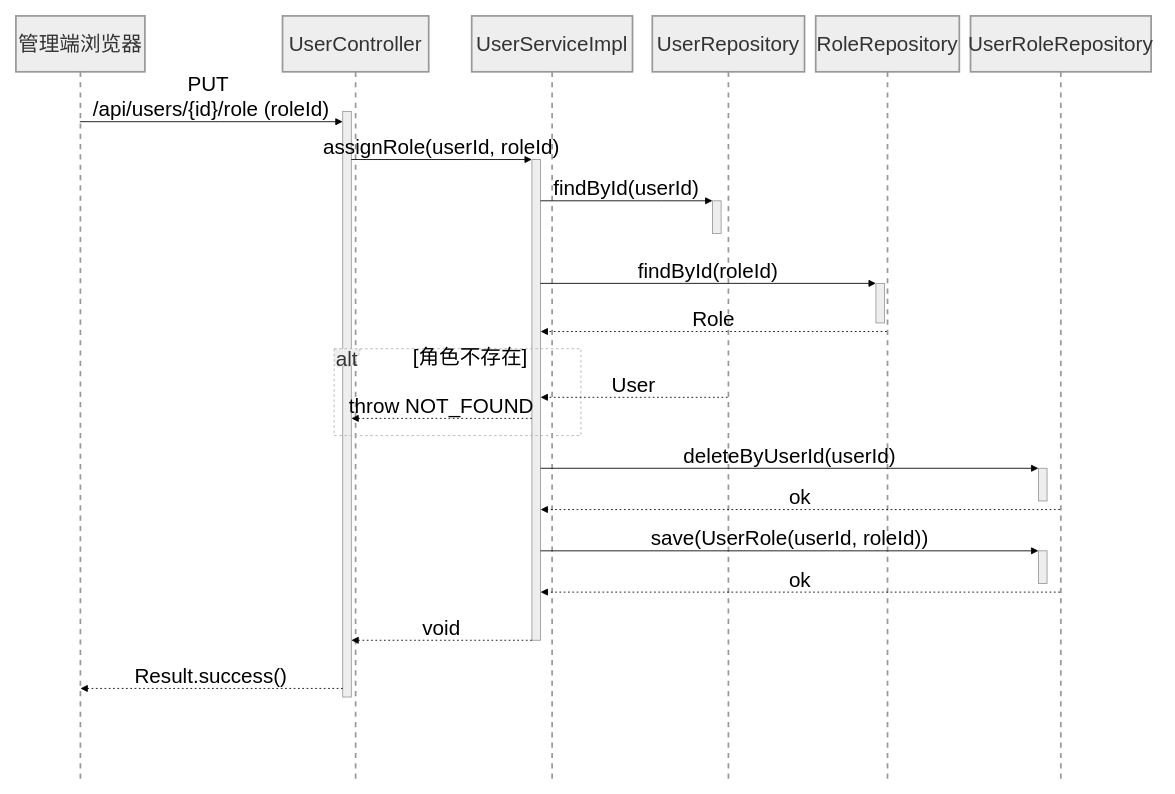
Earlier version of the draw.io diagram page "用户角色分配时序图" (21 of 33) of 题库E-R.drawio (ChenLiheng/question-project). Source tidied: cells renumbered, new cells numbered last; positions are measured from the earlier drawing's top-left corner, leaving out a move shared by most shapes. Both pictures are drawn from the tidied source at 86%, with x=0, y=0 at pixel (15, 15).
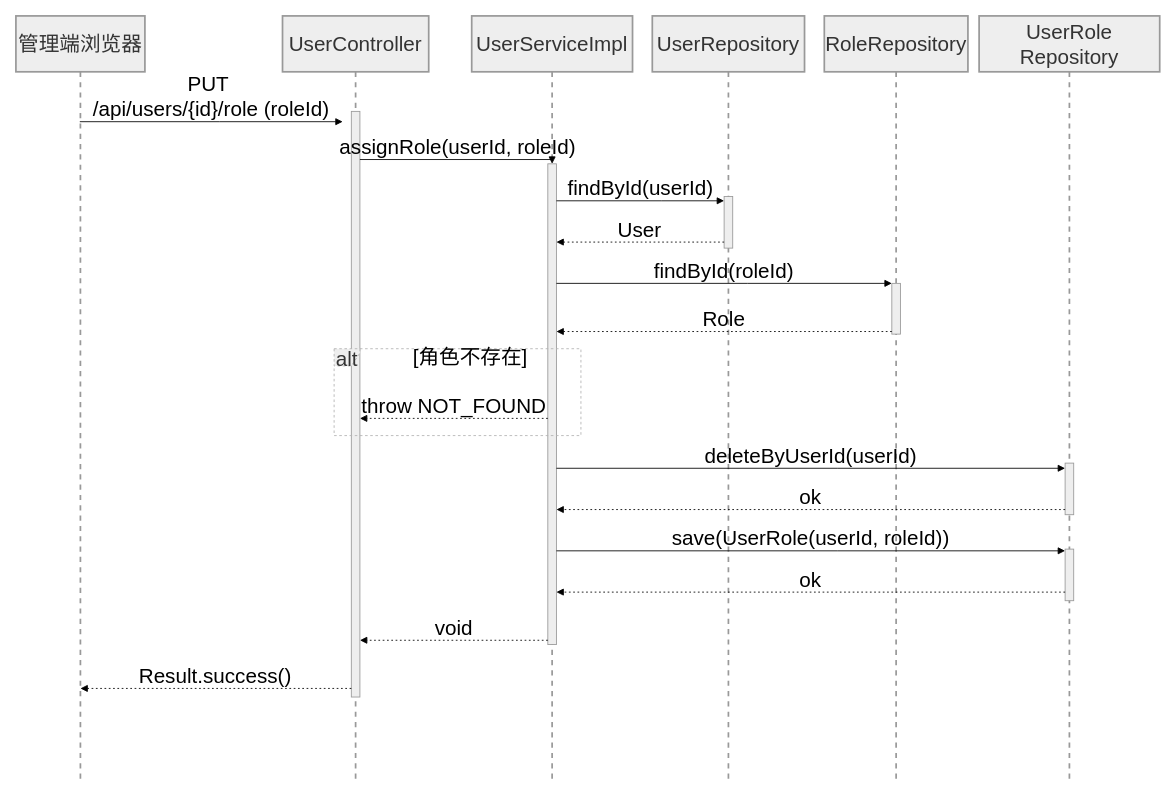
The same diagram, later.

What changed in the source:
```diff
@@
+    <mxCell id="29" style="group;" parent="1" vertex="1">
+      <mxGeometry width="1330" height="887" as="geometry" />
+    </mxCell>
-    <mxCell id="2" value="管理端浏览器" style="shape=umlLifeline;perimeter=lifelinePerimeter;whiteSpace=wrap;outlineConnect=0;portConstraint=eastwest;newEdgeStyle={&quot;edgeStyle&quot;:&quot;elbowEdgeStyle&quot;,&quot;elbow&quot;:&quot;vertical&quot;,&quot;curved&quot;:0,&quot;rounded&quot;:0};size=65;fillColor=light-dark(#eeeeee,#1f2020);strokeColor=light-dark(#999999,#cccccc);fontColor=light-dark(#333333,#cccccc);fontSize=24;strokeWidth=2;labelBackgroundColor=none;spacing=3;" parent="1" vertex="1">
+    <mxCell id="2" value="管理端浏览器" style="shape=umlLifeline;perimeter=lifelinePerimeter;whiteSpace=wrap;outlineConnect=0;portConstraint=eastwest;newEdgeStyle={&quot;edgeStyle&quot;:&quot;elbowEdgeStyle&quot;,&quot;elbow&quot;:&quot;vertical&quot;,&quot;curved&quot;:0,&quot;rounded&quot;:0};size=65;fillColor=light-dark(#eeeeee,#1f2020);strokeColor=light-dark(#999999,#cccccc);fontColor=light-dark(#333333,#cccccc);fontSize=24;strokeWidth=2;labelBackgroundColor=none;spacing=3;" parent="29" vertex="1">
       <mxGeometry width="150" height="887" as="geometry" />
     </mxCell>
-    <mxCell id="3" value="UserController" style="shape=umlLifeline;perimeter=lifelinePerimeter;whiteSpace=wrap;newEdgeStyle={&quot;edgeStyle&quot;:&quot;elbowEdgeStyle&quot;,&quot;elbow&quot;:&quot;vertical&quot;,&quot;curved&quot;:0,&quot;rounded&quot;:0};size=65;fillColor=light-dark(#eeeeee,#1f2020);strokeColor=light-dark(#999999,#cccccc);fontColor=light-dark(#333333,#cccccc);fontSize=24;strokeWidth=2;labelBackgroundColor=none;spacing=3;" parent="1" vertex="1">
+    <mxCell id="3" value="UserController" style="shape=umlLifeline;perimeter=lifelinePerimeter;whiteSpace=wrap;newEdgeStyle={&quot;edgeStyle&quot;:&quot;elbowEdgeStyle&quot;,&quot;elbow&quot;:&quot;vertical&quot;,&quot;curved&quot;:0,&quot;rounded&quot;:0};size=65;fillColor=light-dark(#eeeeee,#1f2020);strokeColor=light-dark(#999999,#cccccc);fontColor=light-dark(#333333,#cccccc);fontSize=24;strokeWidth=2;labelBackgroundColor=none;spacing=3;" parent="29" vertex="1">
       <mxGeometry x="310" width="170" height="887" as="geometry" />
     </mxCell>
     <mxCell id="4" style="points=[];perimeter=orthogonalPerimeter;outlineConnect=0;targetShapes=umlLifeline;portConstraint=eastwest;newEdgeStyle={&quot;edgeStyle&quot;:&quot;elbowEdgeStyle&quot;,&quot;elbow&quot;:&quot;vertical&quot;,&quot;curved&quot;:0,&quot;rounded&quot;:0};fillColor=light-dark(#eeeeee,#1f2020);strokeColor=light-dark(#999999,#cccccc);fontColor=light-dark(#333333,#cccccc);fontSize=24;labelBackgroundColor=none;spacing=3;" parent="3" vertex="1">
-      <mxGeometry x="70" y="111" width="10" height="681" as="geometry" />
+      <mxGeometry x="80" y="111" width="10" height="681" as="geometry" />
     </mxCell>
-    <mxCell id="5" value="UserServiceImpl" style="shape=umlLifeline;perimeter=lifelinePerimeter;whiteSpace=wrap;newEdgeStyle={&quot;edgeStyle&quot;:&quot;elbowEdgeStyle&quot;,&quot;elbow&quot;:&quot;vertical&quot;,&quot;curved&quot;:0,&quot;rounded&quot;:0};size=65;fillColor=light-dark(#eeeeee,#1f2020);strokeColor=light-dark(#999999,#cccccc);fontColor=light-dark(#333333,#cccccc);fontSize=24;strokeWidth=2;labelBackgroundColor=none;spacing=3;" parent="1" vertex="1">
+    <mxCell id="5" value="UserServiceImpl" style="shape=umlLifeline;perimeter=lifelinePerimeter;whiteSpace=wrap;newEdgeStyle={&quot;edgeStyle&quot;:&quot;elbowEdgeStyle&quot;,&quot;elbow&quot;:&quot;vertical&quot;,&quot;curved&quot;:0,&quot;rounded&quot;:0};size=65;fillColor=light-dark(#eeeeee,#1f2020);strokeColor=light-dark(#999999,#cccccc);fontColor=light-dark(#333333,#cccccc);fontSize=24;strokeWidth=2;labelBackgroundColor=none;spacing=3;" parent="29" vertex="1">
       <mxGeometry x="530" width="187" height="887" as="geometry" />
     </mxCell>
     <mxCell id="6" style="points=[];perimeter=orthogonalPerimeter;outlineConnect=0;targetShapes=umlLifeline;portConstraint=eastwest;newEdgeStyle={&quot;edgeStyle&quot;:&quot;elbowEdgeStyle&quot;,&quot;elbow&quot;:&quot;vertical&quot;,&quot;curved&quot;:0,&quot;rounded&quot;:0};fillColor=light-dark(#eeeeee,#1f2020);strokeColor=light-dark(#999999,#cccccc);fontColor=light-dark(#333333,#cccccc);fontSize=24;labelBackgroundColor=none;spacing=3;" parent="5" vertex="1">
-      <mxGeometry x="70" y="167" width="10" height="559" as="geometry" />
+      <mxGeometry x="88.5" y="172" width="10" height="559" as="geometry" />
     </mxCell>
-    <mxCell id="7" value="UserRepository" style="shape=umlLifeline;perimeter=lifelinePerimeter;whiteSpace=wrap;outlineConnect=0;portConstraint=eastwest;newEdgeStyle={&quot;edgeStyle&quot;:&quot;elbowEdgeStyle&quot;,&quot;elbow&quot;:&quot;vertical&quot;,&quot;curved&quot;:0,&quot;rounded&quot;:0};size=65;fillColor=light-dark(#eeeeee,#1f2020);strokeColor=light-dark(#999999,#cccccc);fontColor=light-dark(#333333,#cccccc);fontSize=24;strokeWidth=2;labelBackgroundColor=none;spacing=3;" parent="1" vertex="1">
+    <mxCell id="7" value="UserRepository" style="shape=umlLifeline;perimeter=lifelinePerimeter;whiteSpace=wrap;outlineConnect=0;portConstraint=eastwest;newEdgeStyle={&quot;edgeStyle&quot;:&quot;elbowEdgeStyle&quot;,&quot;elbow&quot;:&quot;vertical&quot;,&quot;curved&quot;:0,&quot;rounded&quot;:0};size=65;fillColor=light-dark(#eeeeee,#1f2020);strokeColor=light-dark(#999999,#cccccc);fontColor=light-dark(#333333,#cccccc);fontSize=24;strokeWidth=2;labelBackgroundColor=none;spacing=3;" parent="29" vertex="1">
       <mxGeometry x="740" width="177" height="887" as="geometry" />
     </mxCell>
     <mxCell id="8" style="points=[];perimeter=orthogonalPerimeter;outlineConnect=0;targetShapes=umlLifeline;portConstraint=eastwest;newEdgeStyle={&quot;edgeStyle&quot;:&quot;elbowEdgeStyle&quot;,&quot;elbow&quot;:&quot;vertical&quot;,&quot;curved&quot;:0,&quot;rounded&quot;:0};fillColor=light-dark(#eeeeee,#1f2020);strokeColor=light-dark(#999999,#cccccc);fontColor=light-dark(#333333,#cccccc);fontSize=24;labelBackgroundColor=none;spacing=3;" parent="7" vertex="1">
-      <mxGeometry x="70" y="215" width="10" height="38" as="geometry" />
+      <mxGeometry x="83.5" y="210" width="10" height="60" as="geometry" />
     </mxCell>
-    <mxCell id="9" value="RoleRepository" style="shape=umlLifeline;perimeter=lifelinePerimeter;whiteSpace=wrap;outlineConnect=0;portConstraint=eastwest;newEdgeStyle={&quot;edgeStyle&quot;:&quot;elbowEdgeStyle&quot;,&quot;elbow&quot;:&quot;vertical&quot;,&quot;curved&quot;:0,&quot;rounded&quot;:0};size=65;fillColor=light-dark(#eeeeee,#1f2020);strokeColor=light-dark(#999999,#cccccc);fontColor=light-dark(#333333,#cccccc);fontSize=24;strokeWidth=2;labelBackgroundColor=none;spacing=3;" parent="1" vertex="1">
-      <mxGeometry x="930" width="167" height="887" as="geometry" />
+    <mxCell id="9" value="RoleRepository" style="shape=umlLifeline;perimeter=lifelinePerimeter;whiteSpace=wrap;outlineConnect=0;portConstraint=eastwest;newEdgeStyle={&quot;edgeStyle&quot;:&quot;elbowEdgeStyle&quot;,&quot;elbow&quot;:&quot;vertical&quot;,&quot;curved&quot;:0,&quot;rounded&quot;:0};size=65;fillColor=light-dark(#eeeeee,#1f2020);strokeColor=light-dark(#999999,#cccccc);fontColor=light-dark(#333333,#cccccc);fontSize=24;strokeWidth=2;labelBackgroundColor=none;spacing=3;" parent="29" vertex="1">
+      <mxGeometry x="940" width="167" height="887" as="geometry" />
     </mxCell>
     <mxCell id="10" style="points=[];perimeter=orthogonalPerimeter;outlineConnect=0;targetShapes=umlLifeline;portConstraint=eastwest;newEdgeStyle={&quot;edgeStyle&quot;:&quot;elbowEdgeStyle&quot;,&quot;elbow&quot;:&quot;vertical&quot;,&quot;curved&quot;:0,&quot;rounded&quot;:0};fillColor=light-dark(#eeeeee,#1f2020);strokeColor=light-dark(#999999,#cccccc);fontColor=light-dark(#333333,#cccccc);fontSize=24;labelBackgroundColor=none;spacing=3;" parent="9" vertex="1">
-      <mxGeometry x="70" y="311" width="10" height="46" as="geometry" />
+      <mxGeometry x="78.5" y="311" width="10" height="59" as="geometry" />
     </mxCell>
-    <mxCell id="11" value="UserRoleRepository" style="shape=umlLifeline;perimeter=lifelinePerimeter;whiteSpace=wrap;outlineConnect=0;portConstraint=eastwest;newEdgeStyle={&quot;edgeStyle&quot;:&quot;elbowEdgeStyle&quot;,&quot;elbow&quot;:&quot;vertical&quot;,&quot;curved&quot;:0,&quot;rounded&quot;:0};size=65;fillColor=light-dark(#eeeeee,#1f2020);strokeColor=light-dark(#999999,#cccccc);fontColor=light-dark(#333333,#cccccc);fontSize=24;strokeWidth=2;labelBackgroundColor=none;spacing=3;" parent="1" vertex="1">
-      <mxGeometry x="1110" width="210" height="887" as="geometry" />
+    <mxCell id="11" value="UserRole&#10;Repository" style="shape=umlLifeline;perimeter=lifelinePerimeter;whiteSpace=wrap;outlineConnect=0;portConstraint=eastwest;newEdgeStyle={&quot;edgeStyle&quot;:&quot;elbowEdgeStyle&quot;,&quot;elbow&quot;:&quot;vertical&quot;,&quot;curved&quot;:0,&quot;rounded&quot;:0};size=65;fillColor=light-dark(#eeeeee,#1f2020);strokeColor=light-dark(#999999,#cccccc);fontColor=light-dark(#333333,#cccccc);fontSize=24;strokeWidth=2;labelBackgroundColor=none;spacing=3;" parent="29" vertex="1">
+      <mxGeometry x="1120" width="210" height="887" as="geometry" />
     </mxCell>
     <mxCell id="12" style="points=[];perimeter=orthogonalPerimeter;outlineConnect=0;targetShapes=umlLifeline;portConstraint=eastwest;newEdgeStyle={&quot;edgeStyle&quot;:&quot;elbowEdgeStyle&quot;,&quot;elbow&quot;:&quot;vertical&quot;,&quot;curved&quot;:0,&quot;rounded&quot;:0};fillColor=light-dark(#eeeeee,#1f2020);strokeColor=light-dark(#999999,#cccccc);fontColor=light-dark(#333333,#cccccc);fontSize=24;labelBackgroundColor=none;spacing=3;" parent="11" vertex="1">
-      <mxGeometry x="79" y="526" width="10" height="38" as="geometry" />
+      <mxGeometry x="100" y="520" width="10" height="60" as="geometry" />
     </mxCell>
     <mxCell id="13" style="points=[];perimeter=orthogonalPerimeter;outlineConnect=0;targetShapes=umlLifeline;portConstraint=eastwest;newEdgeStyle={&quot;edgeStyle&quot;:&quot;elbowEdgeStyle&quot;,&quot;elbow&quot;:&quot;vertical&quot;,&quot;curved&quot;:0,&quot;rounded&quot;:0};fillColor=light-dark(#eeeeee,#1f2020);strokeColor=light-dark(#999999,#cccccc);fontColor=light-dark(#333333,#cccccc);fontSize=24;labelBackgroundColor=none;spacing=3;" parent="11" vertex="1">
-      <mxGeometry x="79" y="622" width="10" height="38" as="geometry" />
+      <mxGeometry x="100" y="620" width="10" height="60" as="geometry" />
     </mxCell>
-    <mxCell id="14" value="alt" style="shape=umlFrame;dashed=1;strokeColor=#B3B3B3;height=20;width=30;fillColor=light-dark(#eeeeee,#1f2020);fontColor=light-dark(#333333,#cccccc);fontSize=24;labelBackgroundColor=none;spacing=3;" parent="1" vertex="1">
+    <mxCell id="14" value="alt" style="shape=umlFrame;dashed=1;strokeColor=#B3B3B3;height=20;width=30;fillColor=light-dark(#eeeeee,#1f2020);fontColor=light-dark(#333333,#cccccc);fontSize=24;labelBackgroundColor=none;spacing=3;" parent="29" vertex="1">
       <mxGeometry x="370" y="387" width="287" height="101" as="geometry" />
     </mxCell>
@@
-    <mxCell id="16" value="PUT &#10;/api/users/{id}/role (roleId)" style="verticalAlign=bottom;edgeStyle=elbowEdgeStyle;elbow=vertical;curved=0;rounded=0;endArrow=block;fontSize=24;labelBackgroundColor=none;spacing=3;" parent="1" edge="1">
+    <mxCell id="16" value="PUT &#10;/api/users/{id}/role (roleId)" style="verticalAlign=bottom;edgeStyle=elbowEdgeStyle;elbow=vertical;curved=0;rounded=0;endArrow=block;fontSize=24;labelBackgroundColor=none;spacing=3;" parent="29" edge="1">
       <mxGeometry relative="1" as="geometry">
         <mxPoint x="74.3" y="123" as="sourcePoint" />
         <mxPoint x="380" y="123" as="targetPoint" />
         <Array as="points">
           <mxPoint x="237" y="123" />
         </Array>
       </mxGeometry>
     </mxCell>
-    <mxCell id="17" value="assignRole(userId, roleId)" style="verticalAlign=bottom;edgeStyle=elbowEdgeStyle;elbow=vertical;curved=0;rounded=0;endArrow=block;fontSize=24;labelBackgroundColor=none;spacing=3;" parent="1" edge="1" source="4" target="6">
+    <mxCell id="17" value="assignRole(userId, roleId)" style="verticalAlign=bottom;edgeStyle=elbowEdgeStyle;elbow=vertical;curved=0;rounded=0;endArrow=block;fontSize=24;labelBackgroundColor=none;spacing=3;" parent="29" edge="1" source="4" target="6">
       <mxGeometry relative="1" as="geometry">
         <Array as="points">
           <mxPoint x="522" y="167" />
         </Array>
       </mxGeometry>
     </mxCell>
-    <mxCell id="18" value="findById(userId)" style="verticalAlign=bottom;edgeStyle=elbowEdgeStyle;elbow=vertical;curved=0;rounded=0;endArrow=block;fontSize=24;labelBackgroundColor=none;spacing=3;" parent="1" edge="1" source="6" target="8">
+    <mxCell id="18" value="findById(userId)" style="verticalAlign=bottom;edgeStyle=elbowEdgeStyle;elbow=vertical;curved=0;rounded=0;endArrow=block;fontSize=24;labelBackgroundColor=none;spacing=3;" parent="29" edge="1" source="6" target="8">
       <mxGeometry relative="1" as="geometry">
         <Array as="points">
           <mxPoint x="751" y="215" />
         </Array>
       </mxGeometry>
     </mxCell>
-    <mxCell id="19" value="User" style="verticalAlign=bottom;edgeStyle=elbowEdgeStyle;elbow=vertical;curved=0;rounded=0;dashed=1;dashPattern=2 3;endArrow=block;fontSize=24;labelBackgroundColor=none;spacing=3;" parent="1" edge="1" source="7" target="6">
+    <mxCell id="19" value="User" style="verticalAlign=bottom;edgeStyle=elbowEdgeStyle;elbow=vertical;curved=0;rounded=0;dashed=1;dashPattern=2 3;endArrow=block;fontSize=24;labelBackgroundColor=none;spacing=3;" parent="29" edge="1" source="8" target="6">
       <mxGeometry relative="1" as="geometry">
         <Array as="points">
           <mxPoint x="754" y="263" />
         </Array>
       </mxGeometry>
     </mxCell>
-    <mxCell id="20" value="findById(roleId)" style="verticalAlign=bottom;edgeStyle=elbowEdgeStyle;elbow=vertical;curved=0;rounded=0;endArrow=block;fontSize=24;labelBackgroundColor=none;spacing=3;" parent="1" edge="1" source="6" target="10">
+    <mxCell id="20" value="findById(roleId)" style="verticalAlign=bottom;edgeStyle=elbowEdgeStyle;elbow=vertical;curved=0;rounded=0;endArrow=block;fontSize=24;labelBackgroundColor=none;spacing=3;" parent="29" edge="1" source="6" target="10">
       <mxGeometry relative="1" as="geometry">
         <Array as="points">
           <mxPoint x="851" y="311" />
         </Array>
       </mxGeometry>
     </mxCell>
-    <mxCell id="21" value="Role" style="verticalAlign=bottom;edgeStyle=elbowEdgeStyle;elbow=vertical;curved=0;rounded=0;dashed=1;dashPattern=2 3;endArrow=block;fontSize=24;labelBackgroundColor=none;spacing=3;" parent="1" edge="1" source="9" target="6">
+    <mxCell id="21" value="Role" style="verticalAlign=bottom;edgeStyle=elbowEdgeStyle;elbow=vertical;curved=0;rounded=0;dashed=1;dashPattern=2 3;endArrow=block;fontSize=24;labelBackgroundColor=none;spacing=3;" parent="29" edge="1" source="10" target="6">
       <mxGeometry relative="1" as="geometry">
         <Array as="points">
           <mxPoint x="854" y="367" />
         </Array>
       </mxGeometry>
     </mxCell>
-    <mxCell id="22" value="throw NOT_FOUND" style="verticalAlign=bottom;edgeStyle=elbowEdgeStyle;elbow=vertical;curved=0;rounded=0;dashed=1;dashPattern=2 3;endArrow=block;fontSize=24;labelBackgroundColor=none;spacing=3;" parent="1" edge="1" source="6" target="4">
+    <mxCell id="22" value="throw NOT_FOUND" style="verticalAlign=bottom;edgeStyle=elbowEdgeStyle;elbow=vertical;curved=0;rounded=0;dashed=1;dashPattern=2 3;endArrow=block;fontSize=24;labelBackgroundColor=none;spacing=3;" parent="29" edge="1" source="6" target="4">
       <mxGeometry relative="1" as="geometry">
         <Array as="points">
           <mxPoint x="525" y="468" />
         </Array>
       </mxGeometry>
     </mxCell>
-    <mxCell id="23" value="deleteByUserId(userId)" style="verticalAlign=bottom;edgeStyle=elbowEdgeStyle;elbow=vertical;curved=0;rounded=0;endArrow=block;fontSize=24;labelBackgroundColor=none;spacing=3;" parent="1" edge="1" source="6" target="12">
+    <mxCell id="23" value="deleteByUserId(userId)" style="verticalAlign=bottom;edgeStyle=elbowEdgeStyle;elbow=vertical;curved=0;rounded=0;endArrow=block;fontSize=24;labelBackgroundColor=none;spacing=3;" parent="29" edge="1" source="6" target="12">
       <mxGeometry relative="1" as="geometry">
         <Array as="points">
           <mxPoint x="955" y="526" />
         </Array>
       </mxGeometry>
     </mxCell>
-    <mxCell id="24" value="ok" style="verticalAlign=bottom;edgeStyle=elbowEdgeStyle;elbow=vertical;curved=0;rounded=0;dashed=1;dashPattern=2 3;endArrow=block;fontSize=24;labelBackgroundColor=none;spacing=3;" parent="1" edge="1" source="11" target="6">
+    <mxCell id="24" value="ok" style="verticalAlign=bottom;edgeStyle=elbowEdgeStyle;elbow=vertical;curved=0;rounded=0;dashed=1;dashPattern=2 3;endArrow=block;fontSize=24;labelBackgroundColor=none;spacing=3;" parent="29" edge="1" source="12" target="6">
       <mxGeometry relative="1" as="geometry">
         <Array as="points">
           <mxPoint x="958" y="574" />
         </Array>
       </mxGeometry>
     </mxCell>
-    <mxCell id="25" value="save(UserRole(userId, roleId))" style="verticalAlign=bottom;edgeStyle=elbowEdgeStyle;elbow=vertical;curved=0;rounded=0;endArrow=block;fontSize=24;labelBackgroundColor=none;spacing=3;" parent="1" edge="1" source="6" target="13">
+    <mxCell id="25" value="save(UserRole(userId, roleId))" style="verticalAlign=bottom;edgeStyle=elbowEdgeStyle;elbow=vertical;curved=0;rounded=0;endArrow=block;fontSize=24;labelBackgroundColor=none;spacing=3;" parent="29" edge="1" source="6" target="13">
       <mxGeometry relative="1" as="geometry">
         <Array as="points">
           <mxPoint x="955" y="622" />
         </Array>
       </mxGeometry>
     </mxCell>
-    <mxCell id="26" value="ok" style="verticalAlign=bottom;edgeStyle=elbowEdgeStyle;elbow=vertical;curved=0;rounded=0;dashed=1;dashPattern=2 3;endArrow=block;fontSize=24;labelBackgroundColor=none;spacing=3;" parent="1" edge="1" source="11" target="6">
+    <mxCell id="26" value="ok" style="verticalAlign=bottom;edgeStyle=elbowEdgeStyle;elbow=vertical;curved=0;rounded=0;dashed=1;dashPattern=2 3;endArrow=block;fontSize=24;labelBackgroundColor=none;spacing=3;" parent="29" edge="1" source="13" target="6">
       <mxGeometry relative="1" as="geometry">
         <Array as="points">
           <mxPoint x="958" y="670" />
         </Array>
       </mxGeometry>
     </mxCell>
-    <mxCell id="27" value="void" style="verticalAlign=bottom;edgeStyle=elbowEdgeStyle;elbow=vertical;curved=0;rounded=0;dashed=1;dashPattern=2 3;endArrow=block;fontSize=24;labelBackgroundColor=none;spacing=3;" parent="1" edge="1" source="6" target="4">
+    <mxCell id="27" value="void" style="verticalAlign=bottom;edgeStyle=elbowEdgeStyle;elbow=vertical;curved=0;rounded=0;dashed=1;dashPattern=2 3;endArrow=block;fontSize=24;labelBackgroundColor=none;spacing=3;" parent="29" edge="1" source="6" target="4">
       <mxGeometry relative="1" as="geometry">
         <Array as="points">
           <mxPoint x="525" y="726" />
         </Array>
       </mxGeometry>
     </mxCell>
-    <mxCell id="28" value="Result.success()" style="verticalAlign=bottom;edgeStyle=elbowEdgeStyle;elbow=vertical;curved=0;rounded=0;dashed=1;dashPattern=2 3;endArrow=block;fontSize=24;labelBackgroundColor=none;spacing=3;" parent="1" edge="1" source="4" target="2">
+    <mxCell id="28" value="Result.success()" style="verticalAlign=bottom;edgeStyle=elbowEdgeStyle;elbow=vertical;curved=0;rounded=0;dashed=1;dashPattern=2 3;endArrow=block;fontSize=24;labelBackgroundColor=none;spacing=3;" parent="29" edge="1" source="4" target="2">
       <mxGeometry relative="1" as="geometry">
         <Array as="points">
           <mxPoint x="240" y="782" />
         </Array>
       </mxGeometry>
     </mxCell>
```
